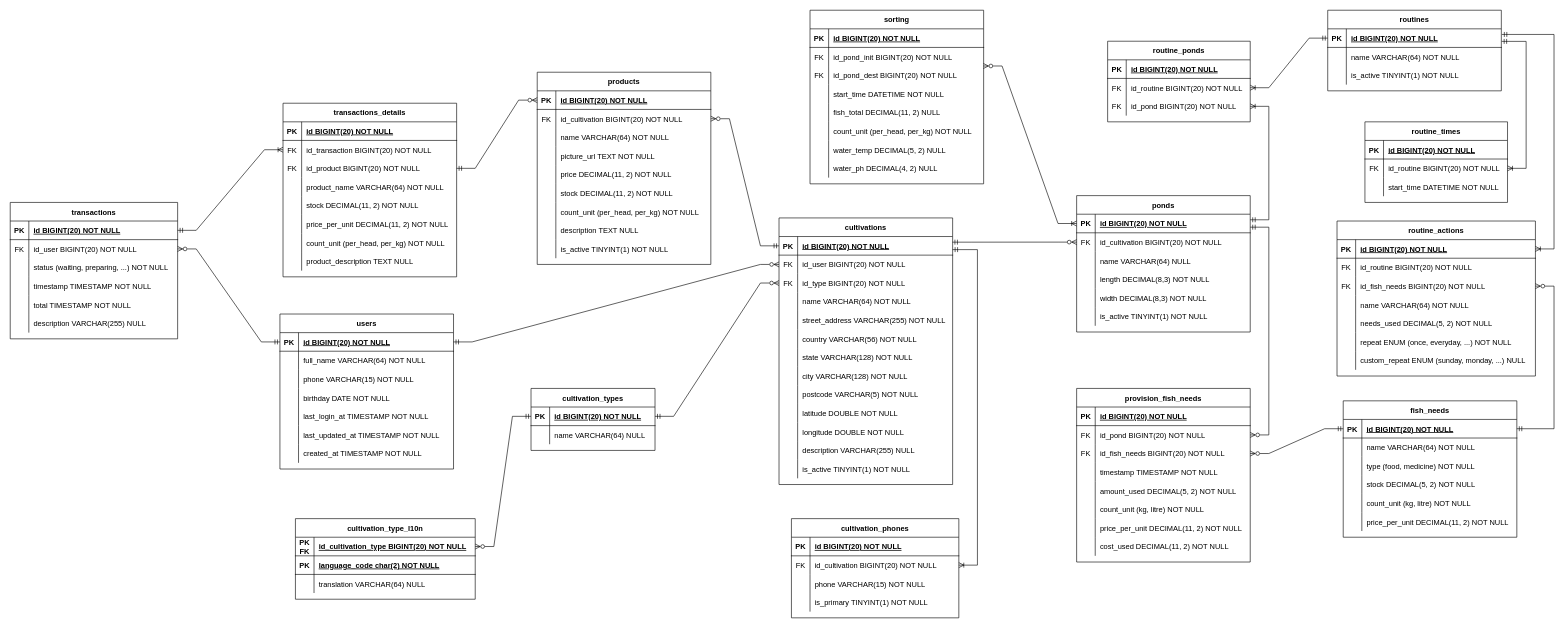
azliR/IF214002 keeps this draw.io diagram as pertemuan3/pertemuan3.drawio. Above is the earlier version. Source tidied: cells renumbered, new cells numbered last; positions are measured from the earlier drawing's top-left corner, leaving out a move shared by most shapes. Both pictures are drawn from the tidied source at 62%, with x=0, y=0 at pixel (10, 10).
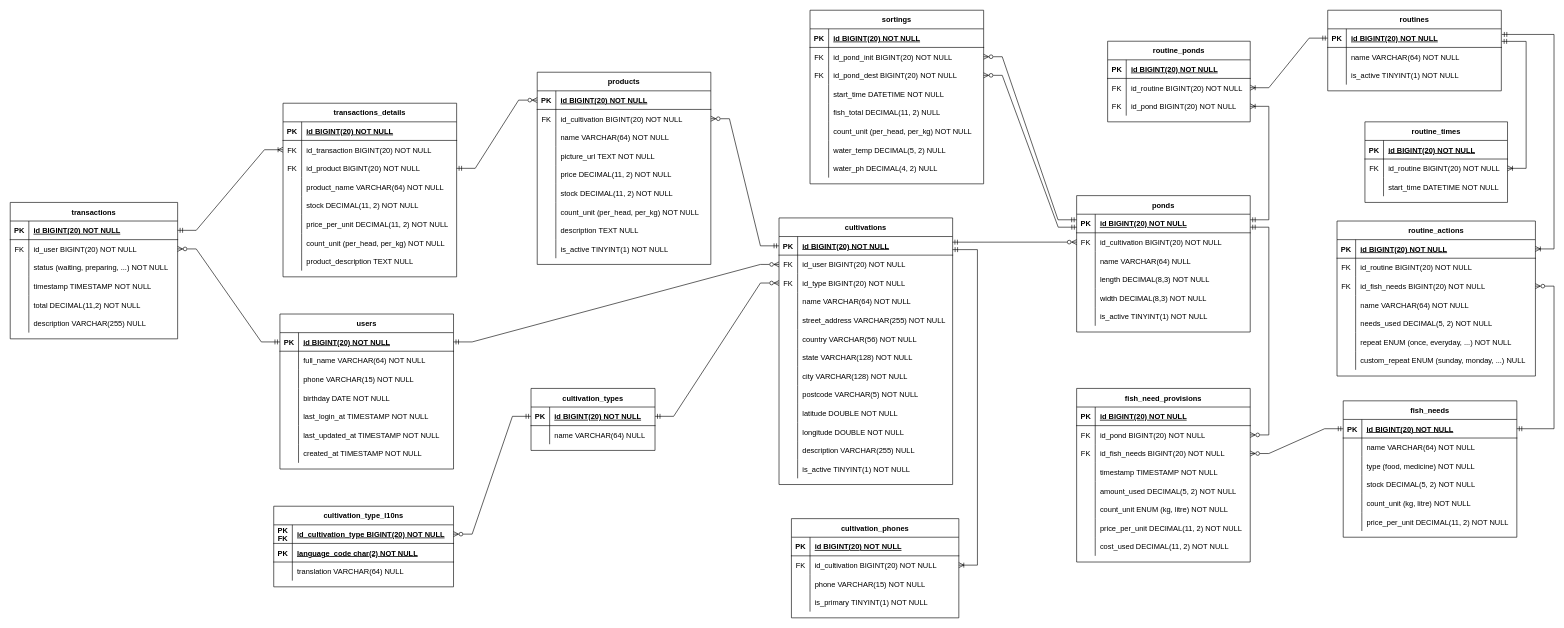
The same diagram, later.

Commit message (it also covers changes not shown here):
Add XAMPP ERD

Unchanged cells that the change refers to:
```xml
<mxCell id="78" style="shape=tableRow;horizontal=0;startSize=0;swimlaneHead=0;swimlaneBody=0;fillColor=none;points=[[0,0.5],[1,0.5]];portConstraint=eastwest;top=0;left=0;right=0;bottom=1;" parent="77" vertex="1">
  <mxGeometry y="30" width="280" height="30" as="geometry" />
</mxCell>
<mxCell id="100" style="shape=tableRow;horizontal=0;startSize=0;swimlaneHead=0;swimlaneBody=0;fillColor=none;points=[[0,0.5],[1,0.5]];portConstraint=eastwest;top=0;left=0;right=0;bottom=0;" parent="96" vertex="1">
  <mxGeometry y="60" width="280" height="30" as="geometry" />
</mxCell>
<mxCell id="103" style="shape=tableRow;horizontal=0;startSize=0;swimlaneHead=0;swimlaneBody=0;fillColor=none;points=[[0,0.5],[1,0.5]];portConstraint=eastwest;top=0;left=0;right=0;bottom=0;" parent="96" vertex="1">
  <mxGeometry y="90" width="280" height="30" as="geometry" />
</mxCell>
<mxCell id="156" style="shape=tableRow;horizontal=0;startSize=0;swimlaneHead=0;swimlaneBody=0;fillColor=none;top=0;left=0;right=0;bottom=0;" parent="140" vertex="1">
  <mxGeometry y="180" width="280" height="30" as="geometry" />
</mxCell>
<mxCell id="258" style="shape=tableRow;horizontal=0;startSize=0;swimlaneHead=0;swimlaneBody=0;fillColor=none;top=0;left=0;right=0;bottom=0;" parent="245" vertex="1">
  <mxGeometry y="150" width="270" height="30" as="geometry" />
</mxCell>
```

The edit, as a diff of the source:
```diff
@@
-    <mxCell id="96" value="sorting" style="shape=table;startSize=30;childLayout=tableLayout;rowLines=0;fontStyle=1;align=center;" parent="1" vertex="1">
+    <mxCell id="96" value="sortings" style="shape=table;startSize=30;childLayout=tableLayout;rowLines=0;fontStyle=1;align=center;" parent="1" vertex="1">
       <mxGeometry x="1290" width="280" height="280" as="geometry" />
     </mxCell>
@@
-    <mxCell id="140" value="provision_fish_needs" style="shape=table;startSize=30;childLayout=tableLayout;rowLines=0;fontStyle=1;align=center;" parent="1" vertex="1">
+    <mxCell id="140" value="fish_need_provisions" style="shape=table;startSize=30;childLayout=tableLayout;rowLines=0;fontStyle=1;align=center;" parent="1" vertex="1">
       <mxGeometry x="1720" y="610" width="280" height="280" as="geometry" />
     </mxCell>
@@
-    <mxCell id="158" value="count_unit (kg, litre) NOT NULL" style="shape=partialRectangle;fillColor=none;top=0;left=0;bottom=0;right=0;align=left;spacingLeft=6;overflow=hidden;" parent="156" vertex="1">
+    <mxCell id="158" value="count_unit ENUM (kg, litre) NOT NULL" style="shape=partialRectangle;fillColor=none;top=0;left=0;bottom=0;right=0;align=left;spacingLeft=6;overflow=hidden;" parent="156" vertex="1">
       <mxGeometry x="30" width="250" height="30" as="geometry" />
     </mxCell>
@@
-    <mxCell id="260" value="total TIMESTAMP NOT NULL" style="shape=partialRectangle;fillColor=none;top=0;left=0;bottom=0;right=0;align=left;spacingLeft=6;overflow=hidden;" parent="258" vertex="1">
+    <mxCell id="260" value="total DECIMAL(11,2) NOT NULL" style="shape=partialRectangle;fillColor=none;top=0;left=0;bottom=0;right=0;align=left;spacingLeft=6;overflow=hidden;" parent="258" vertex="1">
       <mxGeometry x="30" width="240" height="30" as="geometry" />
     </mxCell>
@@
-    <mxCell id="296" value="cultivation_type_l10n" style="shape=table;startSize=30;childLayout=tableLayout;rowLines=0;fontStyle=1;align=center;" parent="1" vertex="1">
-      <mxGeometry x="460" y="820" width="290" height="130" as="geometry" />
+    <mxCell id="296" value="cultivation_type_l10ns" style="shape=table;startSize=30;childLayout=tableLayout;rowLines=0;fontStyle=1;align=center;" parent="1" vertex="1">
+      <mxGeometry x="425" y="800" width="290" height="130" as="geometry" />
     </mxCell>
@@
-    <mxCell id="311" style="edgeStyle=entityRelationEdgeStyle;rounded=0;jettySize=auto;html=1;startArrow=ERoneToMany;startFill=0;endArrow=ERzeroToMany;endFill=0;entryX=0.999;entryY=0.998;entryDx=0;entryDy=0;entryPerimeter=0;" parent="1" edge="1" source="78" target="100">
+    <mxCell id="311" style="edgeStyle=entityRelationEdgeStyle;rounded=0;jettySize=auto;html=1;startArrow=ERmandOne;startFill=0;endArrow=ERzeroToMany;endFill=0;entryX=1;entryY=0.5;entryDx=0;entryDy=0;exitX=0;exitY=0.3;exitDx=0;exitDy=0;exitPerimeter=0;" parent="1" edge="1" source="78" target="100">
       <mxGeometry relative="1" as="geometry" />
     </mxCell>
@@
+    <mxCell id="323" style="edgeStyle=entityRelationEdgeStyle;rounded=0;jettySize=auto;html=1;startArrow=ERmandOne;startFill=0;endArrow=ERzeroToMany;endFill=0;exitX=0.001;exitY=0.698;exitDx=0;exitDy=0;exitPerimeter=0;" parent="1" edge="1" source="78" target="103">
+      <mxGeometry relative="1" as="geometry" />
+    </mxCell>
```
